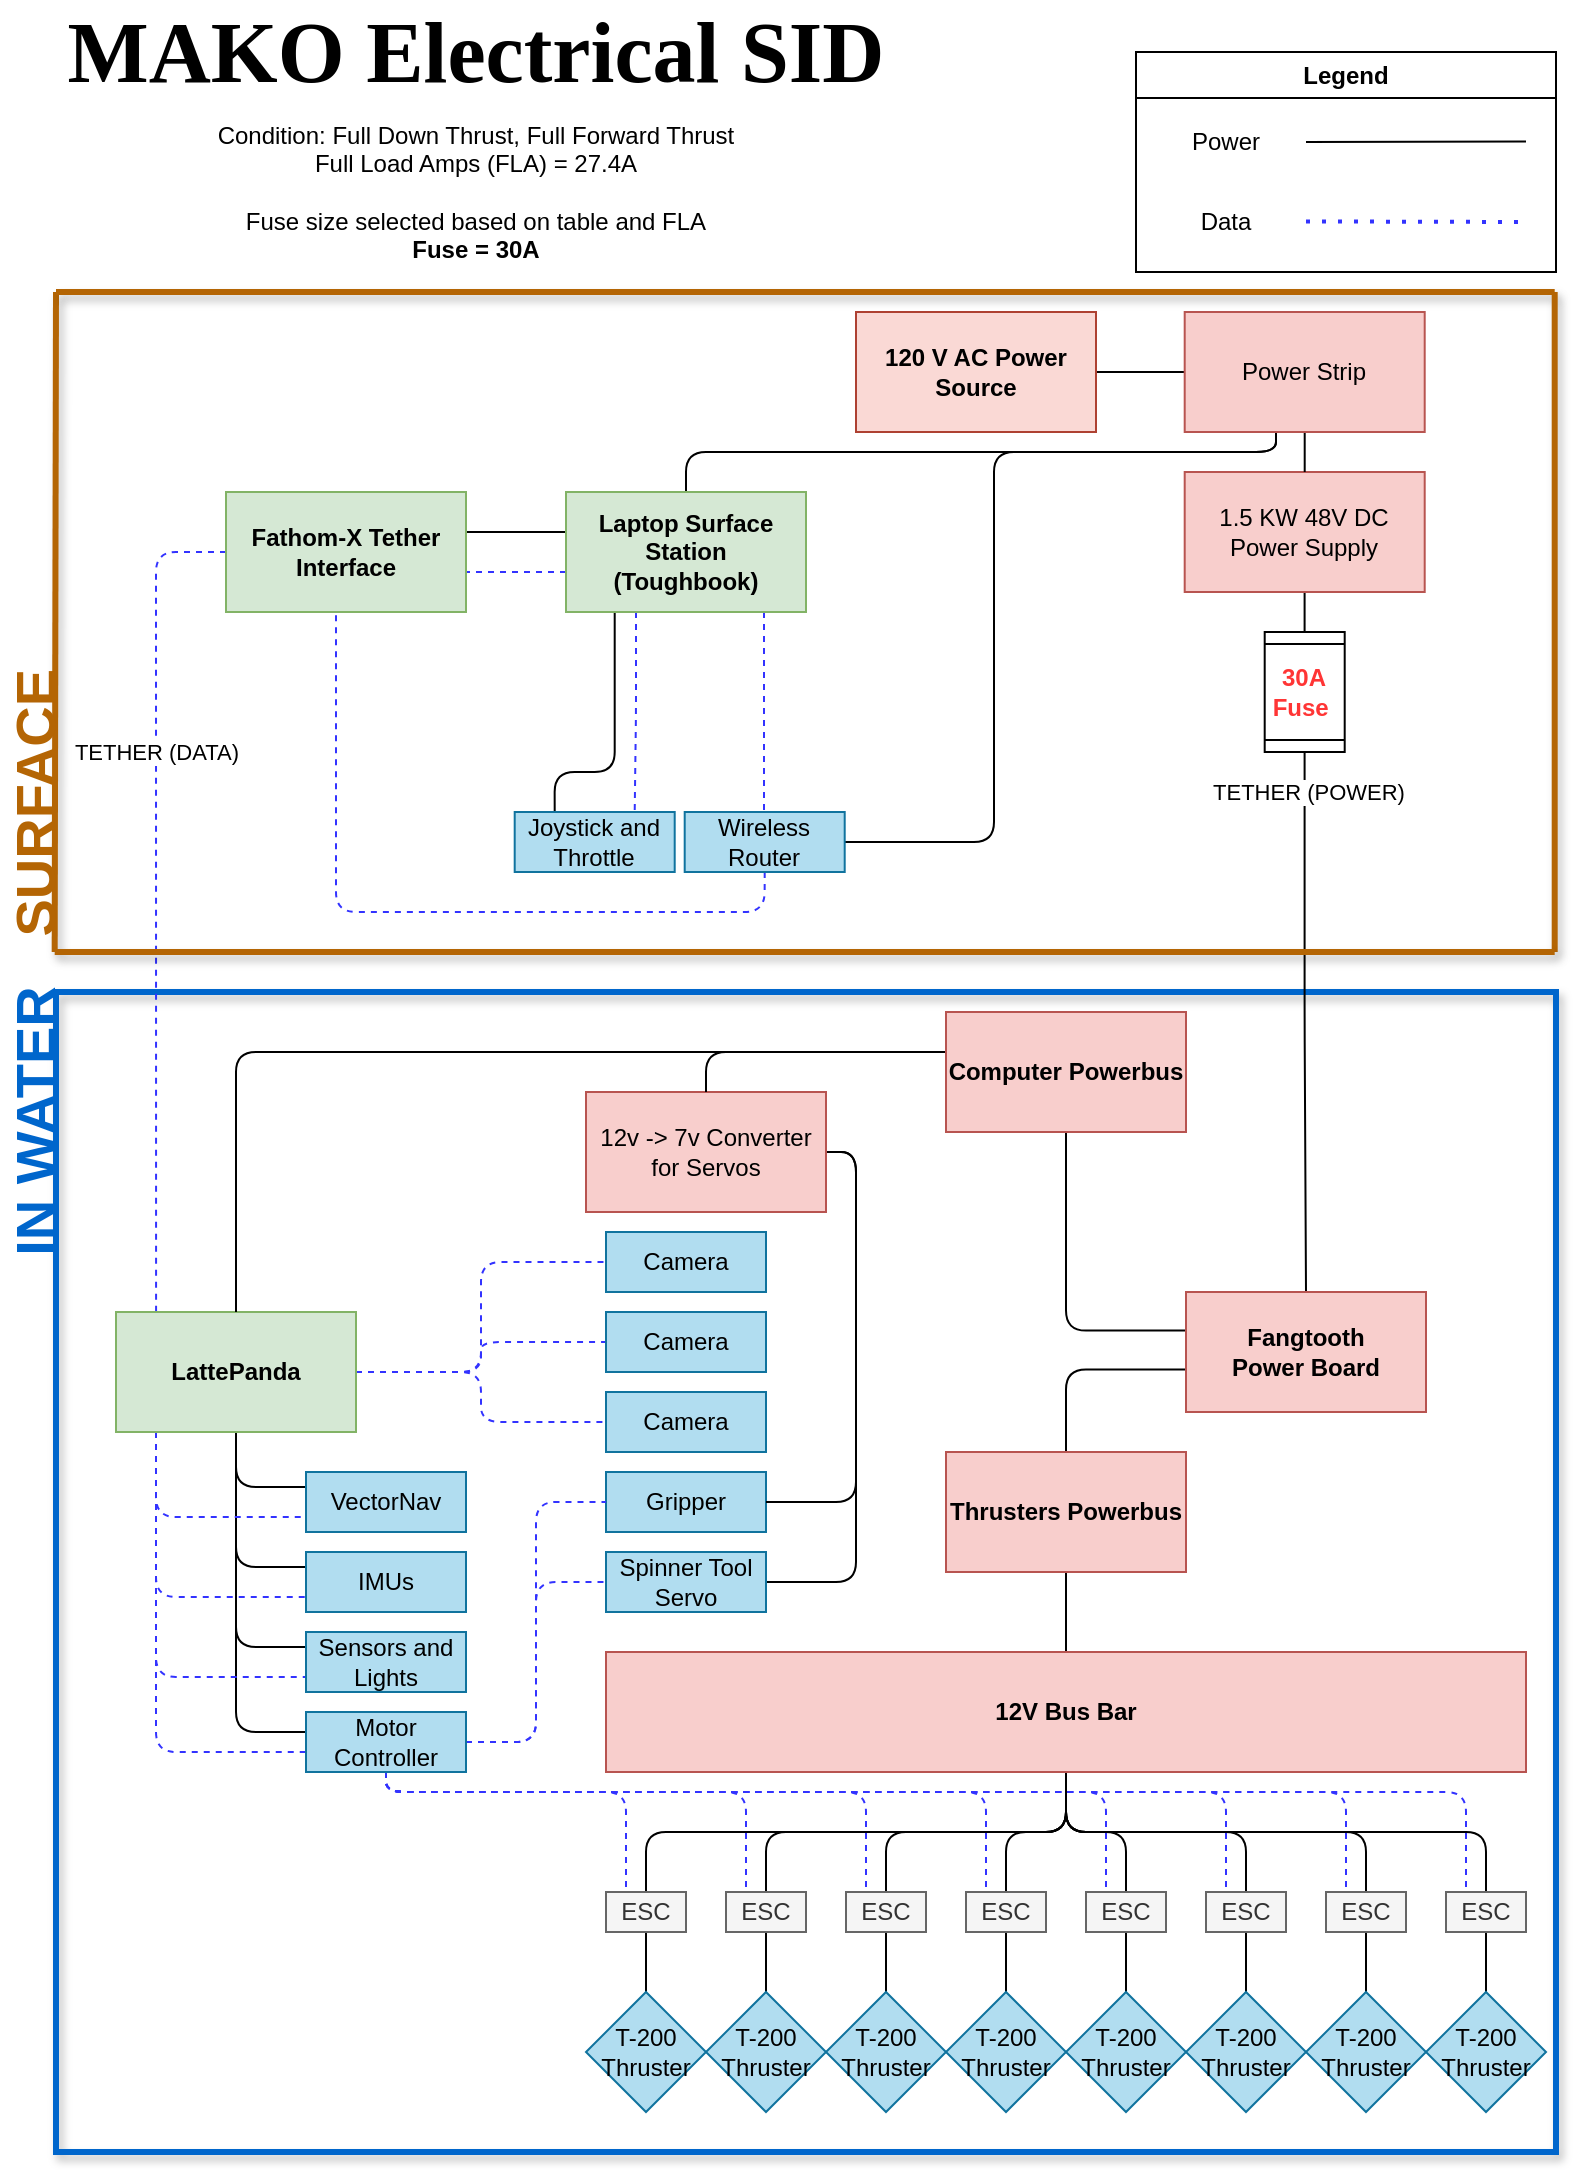
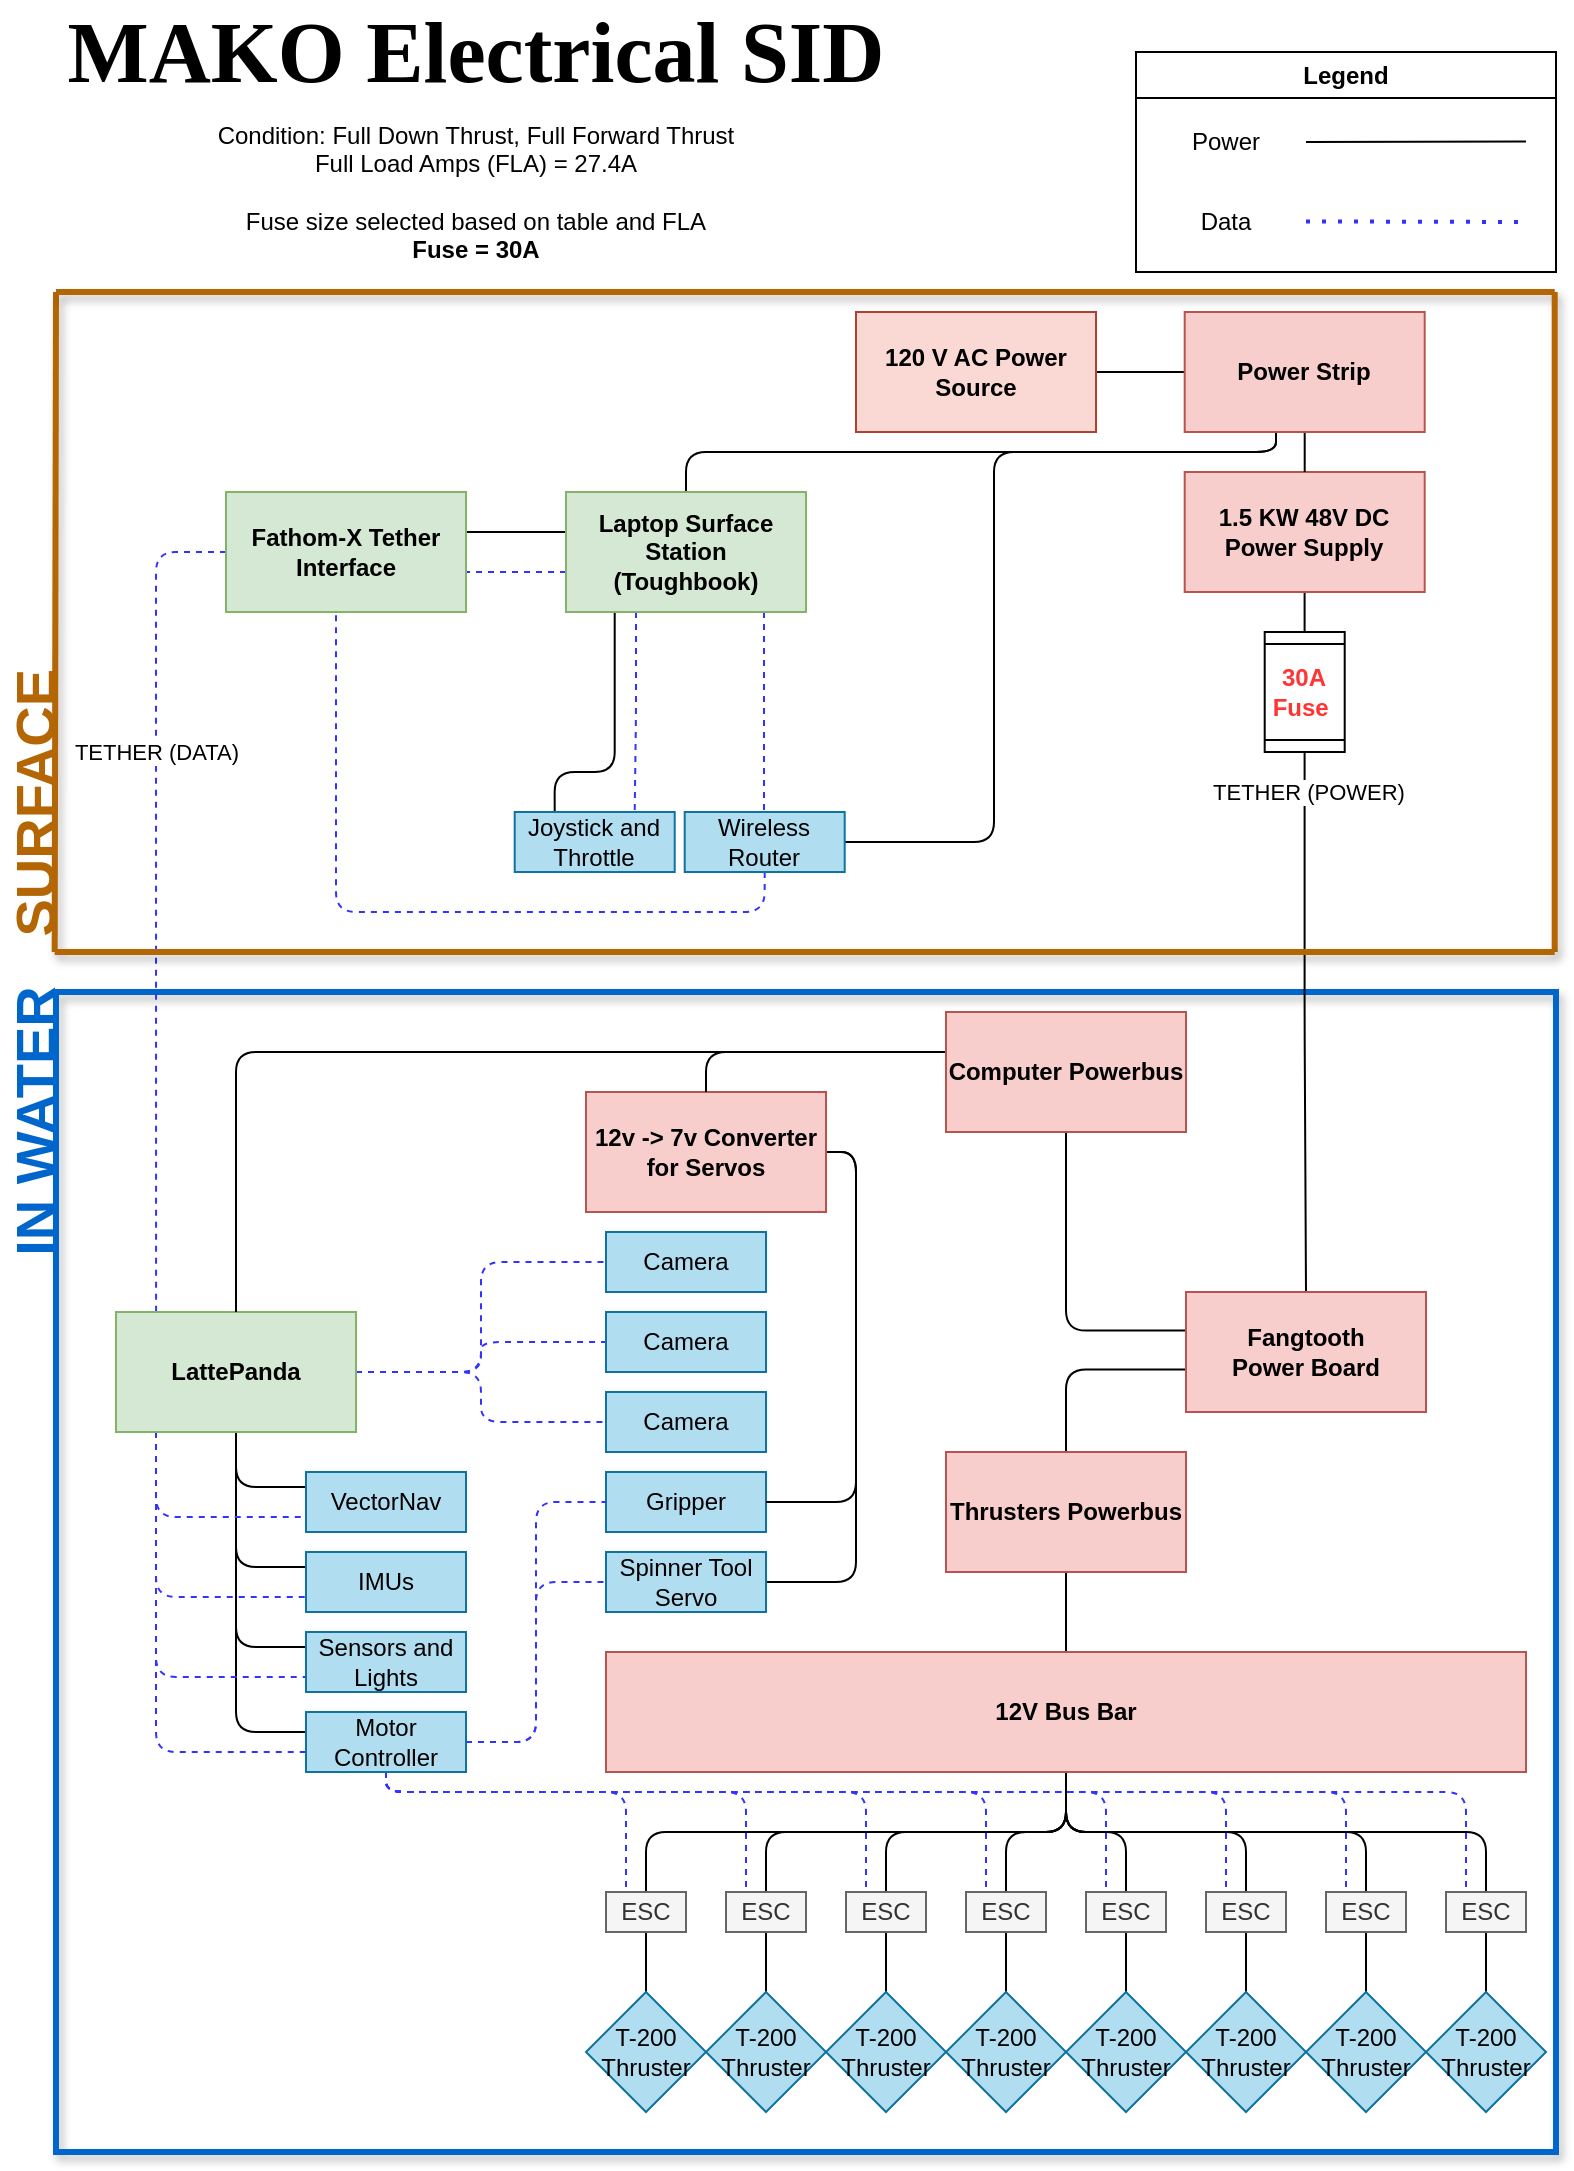
<mxfile host="app.diagrams.net" agent="Mozilla/5.0 (Windows NT 10.0; Win64; x64; rv:139.0) Gecko/20100101 Firefox/139.0">
  <diagram name="Page-1" id="doaNbLGYiiKzRFzNWdXi">
    <mxGraphModel dx="1204" dy="1192" grid="1" gridSize="10" guides="1" tooltips="1" connect="1" arrows="1" fold="1" page="1" pageScale="1" pageWidth="850" pageHeight="1100" math="0" shadow="0">
      <root>
        <mxCell id="0" />
        <mxCell id="1" parent="0" />
        <mxCell id="0vSBfI8_46AL9H7hPHAw-18" parent="1" style="rounded=0;whiteSpace=wrap;html=1;fillColor=none;strokeWidth=3;strokeColor=#0066CC;glass=0;shadow=1;" value="" vertex="1">
          <mxGeometry height="580" width="750" x="890" y="500" as="geometry" />
        </mxCell>
        <mxCell id="59XTsty1G1Yx93DkZX_j-1" parent="1" style="text;html=1;whiteSpace=wrap;strokeColor=none;fillColor=none;align=center;verticalAlign=middle;rounded=0;fontFamily=Times New Roman;fontStyle=1" value="&lt;font style=&quot;font-size: 43px;&quot;&gt;&lt;span&gt;MAKO Electrical SID&lt;/span&gt;&lt;/font&gt;" vertex="1">
          <mxGeometry height="40" width="420" x="890" y="10" as="geometry" />
        </mxCell>
        <mxCell id="59XTsty1G1Yx93DkZX_j-24" edge="1" parent="1" style="edgeStyle=orthogonalEdgeStyle;rounded=0;orthogonalLoop=1;jettySize=auto;html=1;exitX=0.5;exitY=1;exitDx=0;exitDy=0;">
          <mxGeometry relative="1" as="geometry">
            <mxPoint x="1435" y="910" as="sourcePoint" />
            <mxPoint x="1435" y="910" as="targetPoint" />
          </mxGeometry>
        </mxCell>
        <mxCell id="59XTsty1G1Yx93DkZX_j-45" parent="1" style="swimlane;whiteSpace=wrap;html=1;" value="Legend" vertex="1">
          <mxGeometry height="110" width="210" x="1430" y="30" as="geometry" />
        </mxCell>
        <mxCell id="59XTsty1G1Yx93DkZX_j-46" parent="59XTsty1G1Yx93DkZX_j-45" style="text;html=1;whiteSpace=wrap;strokeColor=none;fillColor=none;align=center;verticalAlign=middle;rounded=0;" value="Power" vertex="1">
          <mxGeometry height="30" width="60" x="15" y="30" as="geometry" />
        </mxCell>
        <mxCell id="59XTsty1G1Yx93DkZX_j-47" parent="59XTsty1G1Yx93DkZX_j-45" style="text;html=1;whiteSpace=wrap;strokeColor=none;fillColor=none;align=center;verticalAlign=middle;rounded=0;" value="Data" vertex="1">
          <mxGeometry height="30" width="60" x="15" y="70" as="geometry" />
        </mxCell>
        <mxCell id="59XTsty1G1Yx93DkZX_j-53" edge="1" parent="59XTsty1G1Yx93DkZX_j-45" style="endArrow=none;dashed=1;html=1;dashPattern=1 3;strokeWidth=2;strokeColor=#3333FF;" value="">
          <mxGeometry height="50" relative="1" width="50" as="geometry">
            <mxPoint x="85" y="84.72" as="sourcePoint" />
            <mxPoint x="195" y="85" as="targetPoint" />
          </mxGeometry>
        </mxCell>
        <mxCell id="59XTsty1G1Yx93DkZX_j-54" edge="1" parent="59XTsty1G1Yx93DkZX_j-45" style="endArrow=none;html=1;strokeColor=#000000;" value="">
          <mxGeometry height="50" relative="1" width="50" as="geometry">
            <mxPoint x="85" y="45.06" as="sourcePoint" />
            <mxPoint x="195" y="44.78" as="targetPoint" />
          </mxGeometry>
        </mxCell>
        <mxCell id="59XTsty1G1Yx93DkZX_j-216" edge="1" parent="1" source="59XTsty1G1Yx93DkZX_j-57" style="edgeStyle=orthogonalEdgeStyle;orthogonalLoop=1;jettySize=auto;html=1;endArrow=none;endFill=0;" target="59XTsty1G1Yx93DkZX_j-208" value="">
          <mxGeometry relative="1" as="geometry" />
        </mxCell>
        <mxCell id="59XTsty1G1Yx93DkZX_j-57" parent="1" style="rounded=0;whiteSpace=wrap;html=1;fillColor=#fad9d5;strokeColor=#ae4132;fontStyle=1" value="120 V AC Power Source" vertex="1">
          <mxGeometry height="60" width="120" x="1290" y="160" as="geometry" />
        </mxCell>
        <mxCell id="59XTsty1G1Yx93DkZX_j-71" edge="1" parent="1" source="59XTsty1G1Yx93DkZX_j-66" style="edgeStyle=orthogonalEdgeStyle;orthogonalLoop=1;jettySize=auto;html=1;endArrow=none;endFill=0;" target="59XTsty1G1Yx93DkZX_j-70" value="">
          <mxGeometry relative="1" as="geometry" />
        </mxCell>
-         <mxCell id="59XTsty1G1Yx93DkZX_j-66" parent="1" style="rounded=0;whiteSpace=wrap;html=1;fillColor=#f8cecc;strokeColor=#b85450;" value="&lt;div&gt;1.5 KW 48V DC Power Supply&lt;/div&gt;" vertex="1">
+         <mxCell id="59XTsty1G1Yx93DkZX_j-66" parent="1" style="rounded=0;whiteSpace=wrap;html=1;fillColor=#f8cecc;strokeColor=#b85450;fontStyle=1" value="&lt;div&gt;1.5 KW 48V DC Power Supply&lt;/div&gt;" vertex="1">
          <mxGeometry height="60" width="120" x="1454.35" y="240" as="geometry" />
        </mxCell>
        <mxCell id="59XTsty1G1Yx93DkZX_j-81" edge="1" parent="1" source="59XTsty1G1Yx93DkZX_j-70" style="edgeStyle=orthogonalEdgeStyle;orthogonalLoop=1;jettySize=auto;html=1;entryX=0.5;entryY=0;entryDx=0;entryDy=0;endArrow=none;endFill=0;" target="59XTsty1G1Yx93DkZX_j-101" value="">
          <mxGeometry relative="1" as="geometry">
            <mxPoint x="1515" y="470" as="targetPoint" />
          </mxGeometry>
        </mxCell>
        <mxCell id="59XTsty1G1Yx93DkZX_j-99" connectable="0" parent="59XTsty1G1Yx93DkZX_j-81" style="edgeLabel;html=1;align=center;verticalAlign=middle;resizable=0;points=[];" value="TETHER (POWER)" vertex="1">
          <mxGeometry relative="1" x="-0.062" y="-1" as="geometry">
            <mxPoint x="2" y="-107" as="offset" />
          </mxGeometry>
        </mxCell>
        <mxCell id="59XTsty1G1Yx93DkZX_j-70" parent="1" style="shape=process;whiteSpace=wrap;html=1;backgroundOutline=1;rounded=0;direction=south;" value="&lt;div&gt;&lt;b style=&quot;color: rgb(255, 53, 53);&quot;&gt;30A&lt;/b&gt;&lt;/div&gt;&lt;div&gt;&lt;b style=&quot;color: rgb(255, 53, 53);&quot;&gt;Fuse&amp;nbsp;&lt;/b&gt;&lt;/div&gt;" vertex="1">
          <mxGeometry height="60" width="40" x="1494.35" y="320" as="geometry" />
        </mxCell>
        <mxCell id="59XTsty1G1Yx93DkZX_j-83" parent="1" style="text;html=1;whiteSpace=wrap;strokeColor=none;fillColor=none;align=center;verticalAlign=middle;rounded=0;" value="&lt;div&gt;Condition: Full Down Thrust, Full Forward Thrust&lt;/div&gt;&lt;div&gt;Full Load Amps (FLA) = 27.4A&lt;/div&gt;&lt;div&gt;&lt;br&gt;&lt;/div&gt;&lt;div&gt;Fuse size selected based on table and FLA&lt;/div&gt;&lt;div&gt;&lt;b&gt;Fuse = 30A&lt;/b&gt;&lt;/div&gt;" vertex="1">
          <mxGeometry height="80" width="410" x="894.9999999999999" y="60" as="geometry" />
        </mxCell>
        <mxCell id="59XTsty1G1Yx93DkZX_j-205" edge="1" parent="1" source="59XTsty1G1Yx93DkZX_j-101" style="edgeStyle=orthogonalEdgeStyle;orthogonalLoop=1;jettySize=auto;html=1;entryX=0.5;entryY=1;entryDx=0;entryDy=0;exitX=-0.004;exitY=0.321;exitDx=0;exitDy=0;exitPerimeter=0;endArrow=none;endFill=0;" target="59XTsty1G1Yx93DkZX_j-180">
          <mxGeometry relative="1" as="geometry" />
        </mxCell>
        <mxCell id="59XTsty1G1Yx93DkZX_j-206" edge="1" parent="1" source="59XTsty1G1Yx93DkZX_j-101" style="edgeStyle=orthogonalEdgeStyle;orthogonalLoop=1;jettySize=auto;html=1;exitX=0.001;exitY=0.645;exitDx=0;exitDy=0;exitPerimeter=0;endArrow=none;endFill=0;" target="59XTsty1G1Yx93DkZX_j-102">
          <mxGeometry relative="1" as="geometry" />
        </mxCell>
        <mxCell id="59XTsty1G1Yx93DkZX_j-101" parent="1" style="rounded=0;whiteSpace=wrap;html=1;fillColor=#f8cecc;strokeColor=#b85450;fontStyle=1" value="&lt;div&gt;Fangtooth&lt;/div&gt;&lt;div&gt;Power Board&lt;/div&gt;" vertex="1">
          <mxGeometry height="60" width="120" x="1455" y="650" as="geometry" />
        </mxCell>
        <mxCell id="59XTsty1G1Yx93DkZX_j-113" edge="1" parent="1" source="59XTsty1G1Yx93DkZX_j-102" style="edgeStyle=orthogonalEdgeStyle;orthogonalLoop=1;jettySize=auto;html=1;entryX=0.5;entryY=0;entryDx=0;entryDy=0;endArrow=none;endFill=0;" target="59XTsty1G1Yx93DkZX_j-108">
          <mxGeometry relative="1" as="geometry" />
        </mxCell>
        <mxCell id="59XTsty1G1Yx93DkZX_j-102" parent="1" style="rounded=0;whiteSpace=wrap;html=1;fillColor=#f8cecc;strokeColor=#b85450;fontStyle=1" value="Thrusters Powerbus" vertex="1">
          <mxGeometry height="60" width="120" x="1335" y="730" as="geometry" />
        </mxCell>
        <mxCell id="59XTsty1G1Yx93DkZX_j-135" edge="1" parent="1" source="59XTsty1G1Yx93DkZX_j-108" style="edgeStyle=orthogonalEdgeStyle;orthogonalLoop=1;jettySize=auto;html=1;entryX=0.5;entryY=0;entryDx=0;entryDy=0;endArrow=none;endFill=0;" target="59XTsty1G1Yx93DkZX_j-116">
          <mxGeometry relative="1" as="geometry" />
        </mxCell>
        <mxCell id="59XTsty1G1Yx93DkZX_j-137" edge="1" parent="1" source="59XTsty1G1Yx93DkZX_j-108" style="edgeStyle=orthogonalEdgeStyle;orthogonalLoop=1;jettySize=auto;html=1;entryX=0.5;entryY=0;entryDx=0;entryDy=0;endArrow=none;endFill=0;" target="59XTsty1G1Yx93DkZX_j-120">
          <mxGeometry relative="1" as="geometry" />
        </mxCell>
        <mxCell id="59XTsty1G1Yx93DkZX_j-138" edge="1" parent="1" source="59XTsty1G1Yx93DkZX_j-108" style="edgeStyle=orthogonalEdgeStyle;orthogonalLoop=1;jettySize=auto;html=1;entryX=0.5;entryY=0;entryDx=0;entryDy=0;endArrow=none;endFill=0;" target="59XTsty1G1Yx93DkZX_j-117">
          <mxGeometry relative="1" as="geometry" />
        </mxCell>
        <mxCell id="59XTsty1G1Yx93DkZX_j-139" edge="1" parent="1" source="59XTsty1G1Yx93DkZX_j-108" style="edgeStyle=orthogonalEdgeStyle;orthogonalLoop=1;jettySize=auto;html=1;entryX=0.5;entryY=0;entryDx=0;entryDy=0;endArrow=none;endFill=0;" target="59XTsty1G1Yx93DkZX_j-118">
          <mxGeometry relative="1" as="geometry" />
        </mxCell>
        <mxCell id="59XTsty1G1Yx93DkZX_j-140" edge="1" parent="1" source="59XTsty1G1Yx93DkZX_j-108" style="edgeStyle=orthogonalEdgeStyle;orthogonalLoop=1;jettySize=auto;html=1;entryX=0.5;entryY=0;entryDx=0;entryDy=0;endArrow=none;endFill=0;" target="59XTsty1G1Yx93DkZX_j-121">
          <mxGeometry relative="1" as="geometry" />
        </mxCell>
        <mxCell id="59XTsty1G1Yx93DkZX_j-141" edge="1" parent="1" source="59XTsty1G1Yx93DkZX_j-108" style="edgeStyle=orthogonalEdgeStyle;orthogonalLoop=1;jettySize=auto;html=1;entryX=0.5;entryY=0;entryDx=0;entryDy=0;endArrow=none;endFill=0;" target="59XTsty1G1Yx93DkZX_j-122">
          <mxGeometry relative="1" as="geometry" />
        </mxCell>
        <mxCell id="59XTsty1G1Yx93DkZX_j-142" edge="1" parent="1" source="59XTsty1G1Yx93DkZX_j-108" style="edgeStyle=orthogonalEdgeStyle;orthogonalLoop=1;jettySize=auto;html=1;entryX=0.5;entryY=0;entryDx=0;entryDy=0;endArrow=none;endFill=0;" target="59XTsty1G1Yx93DkZX_j-123">
          <mxGeometry relative="1" as="geometry" />
        </mxCell>
        <mxCell id="59XTsty1G1Yx93DkZX_j-143" edge="1" parent="1" source="59XTsty1G1Yx93DkZX_j-108" style="edgeStyle=orthogonalEdgeStyle;orthogonalLoop=1;jettySize=auto;html=1;endArrow=none;endFill=0;" target="59XTsty1G1Yx93DkZX_j-124">
          <mxGeometry relative="1" as="geometry" />
        </mxCell>
        <mxCell id="59XTsty1G1Yx93DkZX_j-108" parent="1" style="rounded=0;whiteSpace=wrap;html=1;fillColor=#f8cecc;strokeColor=#b85450;fontStyle=0" value="&lt;b&gt;&lt;span&gt;12V Bus Bar&lt;/span&gt;&lt;/b&gt;" vertex="1">
          <mxGeometry height="60" width="460" x="1165" y="830" as="geometry" />
        </mxCell>
        <mxCell id="59XTsty1G1Yx93DkZX_j-158" edge="1" parent="1" source="59XTsty1G1Yx93DkZX_j-111" style="edgeStyle=orthogonalEdgeStyle;orthogonalLoop=1;jettySize=auto;html=1;entryX=0;entryY=0.5;entryDx=0;entryDy=0;dashed=1;strokeColor=#3333FF;endArrow=none;endFill=0;" target="59XTsty1G1Yx93DkZX_j-154">
          <mxGeometry relative="1" as="geometry" />
        </mxCell>
        <mxCell id="59XTsty1G1Yx93DkZX_j-159" edge="1" parent="1" source="59XTsty1G1Yx93DkZX_j-111" style="edgeStyle=orthogonalEdgeStyle;orthogonalLoop=1;jettySize=auto;html=1;entryX=0;entryY=0.5;entryDx=0;entryDy=0;dashed=1;strokeColor=#3333FF;endArrow=none;endFill=0;" target="59XTsty1G1Yx93DkZX_j-153">
          <mxGeometry relative="1" as="geometry" />
        </mxCell>
        <mxCell id="59XTsty1G1Yx93DkZX_j-232" edge="1" parent="1" source="59XTsty1G1Yx93DkZX_j-111" style="edgeStyle=orthogonalEdgeStyle;orthogonalLoop=1;jettySize=auto;html=1;entryX=0;entryY=0.25;entryDx=0;entryDy=0;endArrow=none;endFill=0;" target="59XTsty1G1Yx93DkZX_j-164">
          <mxGeometry relative="1" as="geometry">
            <Array as="points">
              <mxPoint x="980" y="748" />
            </Array>
          </mxGeometry>
        </mxCell>
        <mxCell id="59XTsty1G1Yx93DkZX_j-233" edge="1" parent="1" source="59XTsty1G1Yx93DkZX_j-111" style="edgeStyle=orthogonalEdgeStyle;orthogonalLoop=1;jettySize=auto;html=1;entryX=0;entryY=0.25;entryDx=0;entryDy=0;endArrow=none;endFill=0;" target="59XTsty1G1Yx93DkZX_j-163">
          <mxGeometry relative="1" as="geometry">
            <Array as="points">
              <mxPoint x="980" y="788" />
            </Array>
          </mxGeometry>
        </mxCell>
        <mxCell id="59XTsty1G1Yx93DkZX_j-234" edge="1" parent="1" source="59XTsty1G1Yx93DkZX_j-111" style="edgeStyle=orthogonalEdgeStyle;orthogonalLoop=1;jettySize=auto;html=1;entryX=0;entryY=0.25;entryDx=0;entryDy=0;endArrow=none;endFill=0;" target="59XTsty1G1Yx93DkZX_j-165">
          <mxGeometry relative="1" as="geometry">
            <Array as="points">
              <mxPoint x="980" y="828" />
            </Array>
          </mxGeometry>
        </mxCell>
        <mxCell id="59XTsty1G1Yx93DkZX_j-235" edge="1" parent="1" source="59XTsty1G1Yx93DkZX_j-111" style="edgeStyle=orthogonalEdgeStyle;orthogonalLoop=1;jettySize=auto;html=1;entryX=0.003;entryY=0.353;entryDx=0;entryDy=0;entryPerimeter=0;endArrow=none;endFill=0;" target="59XTsty1G1Yx93DkZX_j-231">
          <mxGeometry relative="1" as="geometry">
            <Array as="points">
              <mxPoint x="980" y="870" />
              <mxPoint x="1015" y="870" />
            </Array>
          </mxGeometry>
        </mxCell>
        <mxCell id="59XTsty1G1Yx93DkZX_j-236" edge="1" parent="1" source="59XTsty1G1Yx93DkZX_j-111" style="edgeStyle=orthogonalEdgeStyle;orthogonalLoop=1;jettySize=auto;html=1;entryX=-0.002;entryY=0.647;entryDx=0;entryDy=0;dashed=1;strokeColor=#3333FF;entryPerimeter=0;endArrow=none;endFill=0;" target="59XTsty1G1Yx93DkZX_j-231">
          <mxGeometry relative="1" as="geometry">
            <Array as="points">
              <mxPoint x="940" y="880" />
              <mxPoint x="1015" y="880" />
            </Array>
          </mxGeometry>
        </mxCell>
        <mxCell id="59XTsty1G1Yx93DkZX_j-237" edge="1" parent="1" source="59XTsty1G1Yx93DkZX_j-111" style="edgeStyle=orthogonalEdgeStyle;orthogonalLoop=1;jettySize=auto;html=1;entryX=0;entryY=0.75;entryDx=0;entryDy=0;dashed=1;strokeColor=#3333FF;endArrow=none;endFill=0;" target="59XTsty1G1Yx93DkZX_j-165">
          <mxGeometry relative="1" as="geometry">
            <Array as="points">
              <mxPoint x="940" y="843" />
            </Array>
          </mxGeometry>
        </mxCell>
        <mxCell id="59XTsty1G1Yx93DkZX_j-238" edge="1" parent="1" source="59XTsty1G1Yx93DkZX_j-111" style="edgeStyle=orthogonalEdgeStyle;orthogonalLoop=1;jettySize=auto;html=1;entryX=0;entryY=0.75;entryDx=0;entryDy=0;dashed=1;strokeColor=#3333FF;endArrow=none;endFill=0;" target="59XTsty1G1Yx93DkZX_j-163">
          <mxGeometry relative="1" as="geometry">
            <Array as="points">
              <mxPoint x="940" y="803" />
            </Array>
          </mxGeometry>
        </mxCell>
        <mxCell id="59XTsty1G1Yx93DkZX_j-239" edge="1" parent="1" source="59XTsty1G1Yx93DkZX_j-111" style="edgeStyle=orthogonalEdgeStyle;orthogonalLoop=1;jettySize=auto;html=1;entryX=0;entryY=0.75;entryDx=0;entryDy=0;dashed=1;strokeColor=#3333FF;endArrow=none;endFill=0;" target="59XTsty1G1Yx93DkZX_j-164">
          <mxGeometry relative="1" as="geometry">
            <Array as="points">
              <mxPoint x="940" y="763" />
            </Array>
          </mxGeometry>
        </mxCell>
        <mxCell id="0vSBfI8_46AL9H7hPHAw-38" edge="1" parent="1" source="59XTsty1G1Yx93DkZX_j-111" style="edgeStyle=orthogonalEdgeStyle;rounded=1;orthogonalLoop=1;jettySize=auto;html=1;entryX=0;entryY=0.5;entryDx=0;entryDy=0;curved=0;endArrow=none;endFill=0;dashed=1;strokeColor=#3333FF;" target="0vSBfI8_46AL9H7hPHAw-37">
          <mxGeometry relative="1" as="geometry" />
        </mxCell>
        <mxCell id="59XTsty1G1Yx93DkZX_j-111" parent="1" style="rounded=0;whiteSpace=wrap;html=1;fillColor=#d5e8d4;strokeColor=#82b366;" value="&lt;b&gt;LattePanda&lt;/b&gt;" vertex="1">
          <mxGeometry height="60" width="120" x="920" y="660" as="geometry" />
        </mxCell>
        <mxCell id="59XTsty1G1Yx93DkZX_j-145" edge="1" parent="1" source="59XTsty1G1Yx93DkZX_j-116" style="edgeStyle=orthogonalEdgeStyle;orthogonalLoop=1;jettySize=auto;html=1;entryX=0.5;entryY=0;entryDx=0;entryDy=0;endArrow=none;endFill=0;" target="59XTsty1G1Yx93DkZX_j-126">
          <mxGeometry relative="1" as="geometry" />
        </mxCell>
        <mxCell id="59XTsty1G1Yx93DkZX_j-116" parent="1" style="rounded=0;whiteSpace=wrap;html=1;fillColor=#f5f5f5;fontColor=#333333;strokeColor=#666666;" value="ESC" vertex="1">
          <mxGeometry height="20" width="40" x="1165" y="950" as="geometry" />
        </mxCell>
        <mxCell id="59XTsty1G1Yx93DkZX_j-147" edge="1" parent="1" source="59XTsty1G1Yx93DkZX_j-117" style="edgeStyle=orthogonalEdgeStyle;orthogonalLoop=1;jettySize=auto;html=1;entryX=0.5;entryY=0;entryDx=0;entryDy=0;endArrow=none;endFill=0;" target="59XTsty1G1Yx93DkZX_j-128">
          <mxGeometry relative="1" as="geometry" />
        </mxCell>
        <mxCell id="59XTsty1G1Yx93DkZX_j-117" parent="1" style="rounded=0;whiteSpace=wrap;html=1;fillColor=#f5f5f5;fontColor=#333333;strokeColor=#666666;" value="ESC" vertex="1">
          <mxGeometry height="20" width="40" x="1285" y="950" as="geometry" />
        </mxCell>
        <mxCell id="59XTsty1G1Yx93DkZX_j-148" edge="1" parent="1" source="59XTsty1G1Yx93DkZX_j-118" style="edgeStyle=orthogonalEdgeStyle;orthogonalLoop=1;jettySize=auto;html=1;entryX=0.5;entryY=0;entryDx=0;entryDy=0;endArrow=none;endFill=0;" target="59XTsty1G1Yx93DkZX_j-129">
          <mxGeometry relative="1" as="geometry" />
        </mxCell>
        <mxCell id="59XTsty1G1Yx93DkZX_j-118" parent="1" style="rounded=0;whiteSpace=wrap;html=1;fillColor=#f5f5f5;fontColor=#333333;strokeColor=#666666;" value="ESC" vertex="1">
          <mxGeometry height="20" width="40" x="1345" y="950" as="geometry" />
        </mxCell>
        <mxCell id="59XTsty1G1Yx93DkZX_j-146" edge="1" parent="1" source="59XTsty1G1Yx93DkZX_j-120" style="edgeStyle=orthogonalEdgeStyle;orthogonalLoop=1;jettySize=auto;html=1;entryX=0.5;entryY=0;entryDx=0;entryDy=0;endArrow=none;endFill=0;" target="59XTsty1G1Yx93DkZX_j-127">
          <mxGeometry relative="1" as="geometry" />
        </mxCell>
        <mxCell id="59XTsty1G1Yx93DkZX_j-120" parent="1" style="rounded=0;whiteSpace=wrap;html=1;fillColor=#f5f5f5;fontColor=#333333;strokeColor=#666666;" value="ESC" vertex="1">
          <mxGeometry height="20" width="40" x="1225" y="950" as="geometry" />
        </mxCell>
        <mxCell id="59XTsty1G1Yx93DkZX_j-149" edge="1" parent="1" source="59XTsty1G1Yx93DkZX_j-121" style="edgeStyle=orthogonalEdgeStyle;orthogonalLoop=1;jettySize=auto;html=1;entryX=0.5;entryY=0;entryDx=0;entryDy=0;endArrow=none;endFill=0;" target="59XTsty1G1Yx93DkZX_j-130">
          <mxGeometry relative="1" as="geometry" />
        </mxCell>
        <mxCell id="59XTsty1G1Yx93DkZX_j-121" parent="1" style="rounded=0;whiteSpace=wrap;html=1;fillColor=#f5f5f5;fontColor=#333333;strokeColor=#666666;" value="ESC" vertex="1">
          <mxGeometry height="20" width="40" x="1405" y="950" as="geometry" />
        </mxCell>
        <mxCell id="59XTsty1G1Yx93DkZX_j-150" edge="1" parent="1" source="59XTsty1G1Yx93DkZX_j-122" style="edgeStyle=orthogonalEdgeStyle;orthogonalLoop=1;jettySize=auto;html=1;entryX=0.5;entryY=0;entryDx=0;entryDy=0;endArrow=none;endFill=0;" target="59XTsty1G1Yx93DkZX_j-131">
          <mxGeometry relative="1" as="geometry" />
        </mxCell>
        <mxCell id="59XTsty1G1Yx93DkZX_j-122" parent="1" style="rounded=0;whiteSpace=wrap;html=1;fillColor=#f5f5f5;fontColor=#333333;strokeColor=#666666;" value="ESC" vertex="1">
          <mxGeometry height="20" width="40" x="1465" y="950" as="geometry" />
        </mxCell>
        <mxCell id="59XTsty1G1Yx93DkZX_j-151" edge="1" parent="1" source="59XTsty1G1Yx93DkZX_j-123" style="edgeStyle=orthogonalEdgeStyle;orthogonalLoop=1;jettySize=auto;html=1;entryX=0.5;entryY=0;entryDx=0;entryDy=0;endArrow=none;endFill=0;" target="59XTsty1G1Yx93DkZX_j-132">
          <mxGeometry relative="1" as="geometry" />
        </mxCell>
        <mxCell id="59XTsty1G1Yx93DkZX_j-123" parent="1" style="rounded=0;whiteSpace=wrap;html=1;fillColor=#f5f5f5;fontColor=#333333;strokeColor=#666666;" value="ESC" vertex="1">
          <mxGeometry height="20" width="40" x="1525" y="950" as="geometry" />
        </mxCell>
        <mxCell id="59XTsty1G1Yx93DkZX_j-152" edge="1" parent="1" source="59XTsty1G1Yx93DkZX_j-124" style="edgeStyle=orthogonalEdgeStyle;orthogonalLoop=1;jettySize=auto;html=1;entryX=0.5;entryY=0;entryDx=0;entryDy=0;endArrow=none;endFill=0;" target="59XTsty1G1Yx93DkZX_j-133">
          <mxGeometry relative="1" as="geometry" />
        </mxCell>
        <mxCell id="59XTsty1G1Yx93DkZX_j-124" parent="1" style="rounded=0;whiteSpace=wrap;html=1;fillColor=#f5f5f5;fontColor=#333333;strokeColor=#666666;" value="ESC" vertex="1">
          <mxGeometry height="20" width="40" x="1585" y="950" as="geometry" />
        </mxCell>
        <mxCell id="59XTsty1G1Yx93DkZX_j-126" parent="1" style="rhombus;whiteSpace=wrap;html=1;fillColor=#b1ddf0;strokeColor=#10739e;" value="T-200 Thruster" vertex="1">
          <mxGeometry height="60" width="60" x="1155" y="1000" as="geometry" />
        </mxCell>
        <mxCell id="59XTsty1G1Yx93DkZX_j-127" parent="1" style="rhombus;whiteSpace=wrap;html=1;fillColor=#b1ddf0;strokeColor=#10739e;" value="T-200 Thruster" vertex="1">
          <mxGeometry height="60" width="60" x="1215" y="1000" as="geometry" />
        </mxCell>
        <mxCell id="59XTsty1G1Yx93DkZX_j-128" parent="1" style="rhombus;whiteSpace=wrap;html=1;fillColor=#b1ddf0;strokeColor=#10739e;" value="T-200 Thruster" vertex="1">
          <mxGeometry height="60" width="60" x="1275" y="1000" as="geometry" />
        </mxCell>
        <mxCell id="59XTsty1G1Yx93DkZX_j-129" parent="1" style="rhombus;whiteSpace=wrap;html=1;fillColor=#b1ddf0;strokeColor=#10739e;" value="T-200 Thruster" vertex="1">
          <mxGeometry height="60" width="60" x="1335" y="1000" as="geometry" />
        </mxCell>
        <mxCell id="59XTsty1G1Yx93DkZX_j-130" parent="1" style="rhombus;whiteSpace=wrap;html=1;fillColor=#b1ddf0;strokeColor=#10739e;" value="T-200 Thruster" vertex="1">
          <mxGeometry height="60" width="60" x="1395" y="1000" as="geometry" />
        </mxCell>
        <mxCell id="59XTsty1G1Yx93DkZX_j-131" parent="1" style="rhombus;whiteSpace=wrap;html=1;fillColor=#b1ddf0;strokeColor=#10739e;" value="T-200 Thruster" vertex="1">
          <mxGeometry height="60" width="60" x="1455" y="1000" as="geometry" />
        </mxCell>
        <mxCell id="59XTsty1G1Yx93DkZX_j-132" parent="1" style="rhombus;whiteSpace=wrap;html=1;fillColor=#b1ddf0;strokeColor=#10739e;" value="T-200 Thruster" vertex="1">
          <mxGeometry height="60" width="60" x="1515" y="1000" as="geometry" />
        </mxCell>
        <mxCell id="59XTsty1G1Yx93DkZX_j-133" parent="1" style="rhombus;whiteSpace=wrap;html=1;fillColor=#b1ddf0;strokeColor=#10739e;" value="T-200 Thruster" vertex="1">
          <mxGeometry height="60" width="60" x="1575" y="1000" as="geometry" />
        </mxCell>
        <mxCell id="59XTsty1G1Yx93DkZX_j-153" parent="1" style="rounded=0;whiteSpace=wrap;html=1;fillColor=#b1ddf0;strokeColor=#10739e;" value="Camera" vertex="1">
          <mxGeometry height="30" width="80" x="1165" y="660" as="geometry" />
        </mxCell>
        <mxCell id="59XTsty1G1Yx93DkZX_j-154" parent="1" style="rounded=0;whiteSpace=wrap;html=1;fillColor=#b1ddf0;strokeColor=#10739e;" value="Camera" vertex="1">
          <mxGeometry height="30" width="80" x="1165" y="700" as="geometry" />
        </mxCell>
        <mxCell id="59XTsty1G1Yx93DkZX_j-155" parent="1" style="rounded=0;whiteSpace=wrap;html=1;fillColor=#b1ddf0;strokeColor=#10739e;" value="Gripper" vertex="1">
          <mxGeometry height="30" width="80" x="1165" y="740" as="geometry" />
        </mxCell>
        <mxCell id="59XTsty1G1Yx93DkZX_j-163" parent="1" style="rounded=0;whiteSpace=wrap;html=1;fillColor=#b1ddf0;strokeColor=#10739e;" value="IMUs" vertex="1">
          <mxGeometry height="30" width="80" x="1015" y="780" as="geometry" />
        </mxCell>
        <mxCell id="59XTsty1G1Yx93DkZX_j-164" parent="1" style="rounded=0;whiteSpace=wrap;html=1;fillColor=#b1ddf0;strokeColor=#10739e;" value="VectorNav" vertex="1">
          <mxGeometry height="30" width="80" x="1015" y="740" as="geometry" />
        </mxCell>
        <mxCell id="59XTsty1G1Yx93DkZX_j-165" parent="1" style="rounded=0;whiteSpace=wrap;html=1;fillColor=#b1ddf0;strokeColor=#10739e;" value="Sensors and Lights" vertex="1">
          <mxGeometry height="30" width="80" x="1015" y="820" as="geometry" />
        </mxCell>
        <mxCell id="59XTsty1G1Yx93DkZX_j-185" edge="1" parent="1" source="59XTsty1G1Yx93DkZX_j-179" style="edgeStyle=orthogonalEdgeStyle;orthogonalLoop=1;jettySize=auto;html=1;entryX=1;entryY=0.5;entryDx=0;entryDy=0;endArrow=none;endFill=0;" target="59XTsty1G1Yx93DkZX_j-155">
          <mxGeometry relative="1" as="geometry">
            <Array as="points">
              <mxPoint x="1290" y="580" />
              <mxPoint x="1290" y="755" />
            </Array>
          </mxGeometry>
        </mxCell>
        <mxCell id="0vSBfI8_46AL9H7hPHAw-5" edge="1" parent="1" source="59XTsty1G1Yx93DkZX_j-179" style="edgeStyle=orthogonalEdgeStyle;rounded=1;orthogonalLoop=1;jettySize=auto;html=1;entryX=1;entryY=0.5;entryDx=0;entryDy=0;curved=0;endArrow=none;endFill=0;" target="0vSBfI8_46AL9H7hPHAw-3">
          <mxGeometry relative="1" as="geometry">
            <Array as="points">
              <mxPoint x="1290" y="580" />
              <mxPoint x="1290" y="795" />
            </Array>
          </mxGeometry>
        </mxCell>
-         <mxCell id="59XTsty1G1Yx93DkZX_j-179" parent="1" style="rounded=0;whiteSpace=wrap;html=1;fillColor=#f8cecc;strokeColor=#b85450;" value="12v -&amp;gt; 7v Converter for Servos" vertex="1">
+         <mxCell id="59XTsty1G1Yx93DkZX_j-179" parent="1" style="rounded=0;whiteSpace=wrap;html=1;fillColor=#f8cecc;strokeColor=#b85450;fontStyle=1" value="12v -&amp;gt; 7v Converter for Servos" vertex="1">
          <mxGeometry height="60" width="120" x="1155" y="550" as="geometry" />
        </mxCell>
        <mxCell id="59XTsty1G1Yx93DkZX_j-183" edge="1" parent="1" source="59XTsty1G1Yx93DkZX_j-180" style="edgeStyle=orthogonalEdgeStyle;orthogonalLoop=1;jettySize=auto;html=1;endArrow=none;endFill=0;" target="59XTsty1G1Yx93DkZX_j-111">
          <mxGeometry relative="1" as="geometry">
            <Array as="points">
              <mxPoint x="980" y="530" />
            </Array>
          </mxGeometry>
        </mxCell>
        <mxCell id="59XTsty1G1Yx93DkZX_j-184" edge="1" parent="1" source="59XTsty1G1Yx93DkZX_j-180" style="edgeStyle=orthogonalEdgeStyle;orthogonalLoop=1;jettySize=auto;html=1;entryX=0.5;entryY=0;entryDx=0;entryDy=0;endArrow=none;endFill=0;" target="59XTsty1G1Yx93DkZX_j-179">
          <mxGeometry relative="1" as="geometry">
            <Array as="points">
              <mxPoint x="1215" y="530" />
            </Array>
          </mxGeometry>
        </mxCell>
        <mxCell id="59XTsty1G1Yx93DkZX_j-180" parent="1" style="rounded=0;whiteSpace=wrap;html=1;fillColor=#f8cecc;strokeColor=#b85450;fontStyle=1" value="Computer Powerbus" vertex="1">
          <mxGeometry height="60" width="120" x="1335" y="510" as="geometry" />
        </mxCell>
        <mxCell id="59XTsty1G1Yx93DkZX_j-218" edge="1" parent="1" source="59XTsty1G1Yx93DkZX_j-208" style="edgeStyle=orthogonalEdgeStyle;orthogonalLoop=1;jettySize=auto;html=1;endArrow=none;endFill=0;" target="59XTsty1G1Yx93DkZX_j-66">
          <mxGeometry relative="1" as="geometry">
            <Array as="points">
              <mxPoint x="1520" y="250" />
              <mxPoint x="1520" y="250" />
            </Array>
          </mxGeometry>
        </mxCell>
        <mxCell id="59XTsty1G1Yx93DkZX_j-224" edge="1" parent="1" source="59XTsty1G1Yx93DkZX_j-208" style="edgeStyle=orthogonalEdgeStyle;orthogonalLoop=1;jettySize=auto;html=1;entryX=1;entryY=0.5;entryDx=0;entryDy=0;endArrow=none;endFill=0;" target="59XTsty1G1Yx93DkZX_j-221">
          <mxGeometry relative="1" as="geometry">
            <Array as="points">
              <mxPoint x="1500" y="230" />
              <mxPoint x="1359" y="230" />
              <mxPoint x="1359" y="425" />
            </Array>
          </mxGeometry>
        </mxCell>
        <mxCell id="37D4bjrBw4_Emu08I7YZ-1" edge="1" parent="1" source="59XTsty1G1Yx93DkZX_j-208" style="edgeStyle=orthogonalEdgeStyle;rounded=1;orthogonalLoop=1;jettySize=auto;html=1;endArrow=none;endFill=0;curved=0;" target="59XTsty1G1Yx93DkZX_j-214">
          <mxGeometry relative="1" as="geometry">
            <Array as="points">
              <mxPoint x="1500" y="230" />
              <mxPoint x="1205" y="230" />
            </Array>
          </mxGeometry>
        </mxCell>
-         <mxCell id="59XTsty1G1Yx93DkZX_j-208" parent="1" style="rounded=0;whiteSpace=wrap;html=1;fillColor=#f8cecc;strokeColor=#b85450;" value="Power Strip" vertex="1">
+         <mxCell id="59XTsty1G1Yx93DkZX_j-208" parent="1" style="rounded=0;whiteSpace=wrap;html=1;fillColor=#f8cecc;strokeColor=#b85450;fontStyle=1" value="Power Strip" vertex="1">
          <mxGeometry height="60" width="120" x="1454.35" y="160" as="geometry" />
        </mxCell>
        <mxCell id="59XTsty1G1Yx93DkZX_j-226" edge="1" parent="1" source="59XTsty1G1Yx93DkZX_j-214" style="edgeStyle=orthogonalEdgeStyle;orthogonalLoop=1;jettySize=auto;html=1;dashed=1;strokeColor=#3333FF;entryX=0.75;entryY=0;entryDx=0;entryDy=0;endArrow=none;endFill=0;" target="59XTsty1G1Yx93DkZX_j-222" value="">
          <mxGeometry relative="1" as="geometry">
            <Array as="points">
              <mxPoint x="1180" y="360" />
              <mxPoint x="1179" y="360" />
            </Array>
          </mxGeometry>
        </mxCell>
        <mxCell id="59XTsty1G1Yx93DkZX_j-227" edge="1" parent="1" source="59XTsty1G1Yx93DkZX_j-214" style="edgeStyle=orthogonalEdgeStyle;orthogonalLoop=1;jettySize=auto;html=1;dashed=1;strokeColor=#3333FF;endArrow=none;endFill=0;" target="59XTsty1G1Yx93DkZX_j-221">
          <mxGeometry relative="1" as="geometry">
            <Array as="points">
              <mxPoint x="1244" y="350" />
              <mxPoint x="1244" y="350" />
            </Array>
          </mxGeometry>
        </mxCell>
        <mxCell id="0vSBfI8_46AL9H7hPHAw-9" edge="1" parent="1" source="59XTsty1G1Yx93DkZX_j-214" style="edgeStyle=orthogonalEdgeStyle;rounded=0;orthogonalLoop=1;jettySize=auto;html=1;endArrow=none;endFill=0;" target="0vSBfI8_46AL9H7hPHAw-7" value="">
          <mxGeometry relative="1" as="geometry">
            <Array as="points">
              <mxPoint x="1120" y="270" />
              <mxPoint x="1120" y="270" />
            </Array>
          </mxGeometry>
        </mxCell>
        <mxCell id="0vSBfI8_46AL9H7hPHAw-13" edge="1" parent="1" source="59XTsty1G1Yx93DkZX_j-214" style="edgeStyle=orthogonalEdgeStyle;rounded=1;orthogonalLoop=1;jettySize=auto;html=1;entryX=0.25;entryY=0;entryDx=0;entryDy=0;curved=0;endArrow=none;endFill=0;" target="59XTsty1G1Yx93DkZX_j-222">
          <mxGeometry relative="1" as="geometry">
            <Array as="points">
              <mxPoint x="1169.35" y="390" />
              <mxPoint x="1139.35" y="390" />
            </Array>
          </mxGeometry>
        </mxCell>
        <mxCell id="0vSBfI8_46AL9H7hPHAw-36" edge="1" parent="1" source="59XTsty1G1Yx93DkZX_j-214" style="edgeStyle=orthogonalEdgeStyle;rounded=0;orthogonalLoop=1;jettySize=auto;html=1;dashed=1;strokeColor=#3333FF;endArrow=none;endFill=0;" target="0vSBfI8_46AL9H7hPHAw-7" value="">
          <mxGeometry relative="1" as="geometry">
            <Array as="points">
              <mxPoint x="1120" y="290" />
              <mxPoint x="1120" y="290" />
            </Array>
          </mxGeometry>
        </mxCell>
        <mxCell id="59XTsty1G1Yx93DkZX_j-214" parent="1" style="rounded=0;whiteSpace=wrap;html=1;fillColor=#d5e8d4;strokeColor=#82b366;fontStyle=1" value="&lt;div&gt;Laptop Surface Station&lt;/div&gt;&lt;div&gt;(Toughbook)&lt;/div&gt;" vertex="1">
          <mxGeometry height="60" width="120" x="1145" y="250" as="geometry" />
        </mxCell>
        <mxCell id="0vSBfI8_46AL9H7hPHAw-10" edge="1" parent="1" source="59XTsty1G1Yx93DkZX_j-221" style="edgeStyle=orthogonalEdgeStyle;rounded=1;orthogonalLoop=1;jettySize=auto;html=1;strokeColor=#3333FF;curved=0;dashed=1;exitX=0.5;exitY=1;exitDx=0;exitDy=0;endArrow=none;endFill=0;" target="0vSBfI8_46AL9H7hPHAw-7">
          <mxGeometry relative="1" as="geometry">
            <Array as="points">
              <mxPoint x="1244" y="460" />
              <mxPoint x="1030" y="460" />
            </Array>
          </mxGeometry>
        </mxCell>
        <mxCell id="59XTsty1G1Yx93DkZX_j-221" parent="1" style="rounded=0;whiteSpace=wrap;html=1;fillColor=#b1ddf0;strokeColor=#10739e;" value="Wireless Router" vertex="1">
          <mxGeometry height="30" width="80" x="1204.35" y="410" as="geometry" />
        </mxCell>
        <mxCell id="59XTsty1G1Yx93DkZX_j-222" parent="1" style="rounded=0;whiteSpace=wrap;html=1;fillColor=#b1ddf0;strokeColor=#10739e;" value="Joystick and Throttle" vertex="1">
          <mxGeometry height="30" width="80" x="1119.35" y="410" as="geometry" />
        </mxCell>
        <mxCell id="59XTsty1G1Yx93DkZX_j-242" edge="1" parent="1" source="59XTsty1G1Yx93DkZX_j-231" style="edgeStyle=orthogonalEdgeStyle;orthogonalLoop=1;jettySize=auto;html=1;entryX=0.25;entryY=0;entryDx=0;entryDy=0;dashed=1;strokeColor=#3333FF;endArrow=none;endFill=0;" target="59XTsty1G1Yx93DkZX_j-123">
          <mxGeometry relative="1" as="geometry">
            <Array as="points">
              <mxPoint x="1055" y="900" />
              <mxPoint x="1535" y="900" />
            </Array>
          </mxGeometry>
        </mxCell>
        <mxCell id="59XTsty1G1Yx93DkZX_j-243" edge="1" parent="1" source="59XTsty1G1Yx93DkZX_j-231" style="edgeStyle=orthogonalEdgeStyle;orthogonalLoop=1;jettySize=auto;html=1;entryX=0.25;entryY=0;entryDx=0;entryDy=0;dashed=1;strokeColor=#3333FF;endArrow=none;endFill=0;" target="59XTsty1G1Yx93DkZX_j-124">
          <mxGeometry relative="1" as="geometry">
            <Array as="points">
              <mxPoint x="1055" y="900" />
              <mxPoint x="1595" y="900" />
            </Array>
          </mxGeometry>
        </mxCell>
        <mxCell id="59XTsty1G1Yx93DkZX_j-244" edge="1" parent="1" source="59XTsty1G1Yx93DkZX_j-231" style="edgeStyle=orthogonalEdgeStyle;orthogonalLoop=1;jettySize=auto;html=1;entryX=0.25;entryY=0;entryDx=0;entryDy=0;dashed=1;strokeColor=#3333FF;endArrow=none;endFill=0;" target="59XTsty1G1Yx93DkZX_j-122">
          <mxGeometry relative="1" as="geometry">
            <Array as="points">
              <mxPoint x="1055" y="900" />
              <mxPoint x="1475" y="900" />
            </Array>
          </mxGeometry>
        </mxCell>
        <mxCell id="59XTsty1G1Yx93DkZX_j-245" edge="1" parent="1" source="59XTsty1G1Yx93DkZX_j-231" style="edgeStyle=orthogonalEdgeStyle;orthogonalLoop=1;jettySize=auto;html=1;entryX=0.25;entryY=0;entryDx=0;entryDy=0;dashed=1;strokeColor=#3333FF;endArrow=none;endFill=0;" target="59XTsty1G1Yx93DkZX_j-121">
          <mxGeometry relative="1" as="geometry">
            <Array as="points">
              <mxPoint x="1055" y="900" />
              <mxPoint x="1415" y="900" />
            </Array>
          </mxGeometry>
        </mxCell>
        <mxCell id="59XTsty1G1Yx93DkZX_j-246" edge="1" parent="1" source="59XTsty1G1Yx93DkZX_j-231" style="edgeStyle=orthogonalEdgeStyle;orthogonalLoop=1;jettySize=auto;html=1;entryX=0.25;entryY=0;entryDx=0;entryDy=0;dashed=1;strokeColor=#3333FF;endArrow=none;endFill=0;" target="59XTsty1G1Yx93DkZX_j-118">
          <mxGeometry relative="1" as="geometry">
            <Array as="points">
              <mxPoint x="1055" y="900" />
              <mxPoint x="1355" y="900" />
            </Array>
          </mxGeometry>
        </mxCell>
        <mxCell id="59XTsty1G1Yx93DkZX_j-247" edge="1" parent="1" source="59XTsty1G1Yx93DkZX_j-231" style="edgeStyle=orthogonalEdgeStyle;orthogonalLoop=1;jettySize=auto;html=1;entryX=0.25;entryY=0;entryDx=0;entryDy=0;dashed=1;strokeColor=#3333FF;endArrow=none;endFill=0;" target="59XTsty1G1Yx93DkZX_j-117">
          <mxGeometry relative="1" as="geometry">
            <Array as="points">
              <mxPoint x="1055" y="900" />
              <mxPoint x="1295" y="900" />
            </Array>
          </mxGeometry>
        </mxCell>
        <mxCell id="59XTsty1G1Yx93DkZX_j-248" edge="1" parent="1" source="59XTsty1G1Yx93DkZX_j-231" style="edgeStyle=orthogonalEdgeStyle;orthogonalLoop=1;jettySize=auto;html=1;entryX=0.25;entryY=0;entryDx=0;entryDy=0;dashed=1;strokeColor=#3333FF;endArrow=none;endFill=0;" target="59XTsty1G1Yx93DkZX_j-120">
          <mxGeometry relative="1" as="geometry">
            <Array as="points">
              <mxPoint x="1055" y="900" />
              <mxPoint x="1235" y="900" />
            </Array>
          </mxGeometry>
        </mxCell>
        <mxCell id="59XTsty1G1Yx93DkZX_j-249" edge="1" parent="1" source="59XTsty1G1Yx93DkZX_j-231" style="edgeStyle=orthogonalEdgeStyle;orthogonalLoop=1;jettySize=auto;html=1;entryX=0.25;entryY=0;entryDx=0;entryDy=0;dashed=1;strokeColor=#3333FF;endArrow=none;endFill=0;" target="59XTsty1G1Yx93DkZX_j-116">
          <mxGeometry relative="1" as="geometry">
            <Array as="points">
              <mxPoint x="1055" y="900" />
              <mxPoint x="1175" y="900" />
            </Array>
          </mxGeometry>
        </mxCell>
        <mxCell id="0vSBfI8_46AL9H7hPHAw-2" edge="1" parent="1" source="59XTsty1G1Yx93DkZX_j-231" style="edgeStyle=orthogonalEdgeStyle;rounded=1;orthogonalLoop=1;jettySize=auto;html=1;entryX=0;entryY=0.5;entryDx=0;entryDy=0;dashed=1;strokeColor=#3333FF;curved=0;endArrow=none;endFill=0;" target="59XTsty1G1Yx93DkZX_j-155">
          <mxGeometry relative="1" as="geometry" />
        </mxCell>
        <mxCell id="0vSBfI8_46AL9H7hPHAw-6" edge="1" parent="1" source="59XTsty1G1Yx93DkZX_j-231" style="edgeStyle=orthogonalEdgeStyle;rounded=1;orthogonalLoop=1;jettySize=auto;html=1;entryX=0;entryY=0.5;entryDx=0;entryDy=0;curved=0;dashed=1;strokeColor=#3333FF;endArrow=none;endFill=0;" target="0vSBfI8_46AL9H7hPHAw-3">
          <mxGeometry relative="1" as="geometry" />
        </mxCell>
        <mxCell id="59XTsty1G1Yx93DkZX_j-231" parent="1" style="rounded=0;whiteSpace=wrap;html=1;fillColor=#b1ddf0;strokeColor=#10739e;" value="Motor Controller" vertex="1">
          <mxGeometry height="30" width="80" x="1015" y="860" as="geometry" />
        </mxCell>
        <mxCell id="0vSBfI8_46AL9H7hPHAw-3" parent="1" style="rounded=0;whiteSpace=wrap;html=1;fillColor=#b1ddf0;strokeColor=#10739e;" value="Spinner Tool Servo" vertex="1">
          <mxGeometry height="30" width="80" x="1165" y="780" as="geometry" />
        </mxCell>
        <mxCell id="0vSBfI8_46AL9H7hPHAw-30" edge="1" parent="1" source="0vSBfI8_46AL9H7hPHAw-7" style="edgeStyle=orthogonalEdgeStyle;rounded=1;orthogonalLoop=1;jettySize=auto;html=1;entryX=0.167;entryY=-0.009;entryDx=0;entryDy=0;dashed=1;strokeColor=#3333FF;curved=0;entryPerimeter=0;endArrow=none;endFill=0;" target="59XTsty1G1Yx93DkZX_j-111">
          <mxGeometry relative="1" as="geometry">
            <Array as="points">
              <mxPoint x="940" y="280" />
            </Array>
          </mxGeometry>
        </mxCell>
        <mxCell id="0vSBfI8_46AL9H7hPHAw-40" connectable="0" parent="0vSBfI8_46AL9H7hPHAw-30" style="edgeLabel;html=1;align=center;verticalAlign=middle;resizable=0;points=[];" value="TETHER (DATA)" vertex="1">
          <mxGeometry relative="1" x="-0.3495" as="geometry">
            <mxPoint as="offset" />
          </mxGeometry>
        </mxCell>
        <mxCell id="0vSBfI8_46AL9H7hPHAw-7" parent="1" style="rounded=0;whiteSpace=wrap;html=1;fontStyle=1;fillColor=#d5e8d4;strokeColor=#82b366;" value="Fathom-X Tether Interface" vertex="1">
          <mxGeometry height="60" width="120" x="975" y="250" as="geometry" />
        </mxCell>
        <mxCell id="0vSBfI8_46AL9H7hPHAw-19" parent="1" style="text;html=1;whiteSpace=wrap;strokeColor=none;fillColor=none;align=center;verticalAlign=middle;rounded=0;rotation=270;" value="&lt;font face=&quot;Helvetica&quot; style=&quot;font-size: 28px;&quot;&gt;&lt;b&gt;&lt;span style=&quot;color: rgb(0, 102, 204);&quot;&gt;IN WATER&lt;/span&gt;&lt;/b&gt;&lt;/font&gt;" vertex="1">
          <mxGeometry height="30" width="140.65" x="809.03" y="549.67" as="geometry" />
        </mxCell>
        <mxCell id="0vSBfI8_46AL9H7hPHAw-21" edge="1" parent="1" style="endArrow=none;html=1;rounded=0;strokeWidth=3;fillColor=#fad7ac;strokeColor=#b46504;shadow=1;" value="">
          <mxGeometry height="50" relative="1" width="50" as="geometry">
            <mxPoint x="889.35" y="480" as="sourcePoint" />
            <mxPoint x="890" y="150" as="targetPoint" />
          </mxGeometry>
        </mxCell>
        <mxCell id="0vSBfI8_46AL9H7hPHAw-24" edge="1" parent="1" style="endArrow=none;html=1;rounded=0;strokeWidth=3;fillColor=#fad7ac;strokeColor=#b46504;shadow=1;" value="">
          <mxGeometry height="50" relative="1" width="50" as="geometry">
            <mxPoint x="890" y="150" as="sourcePoint" />
            <mxPoint x="1639.35" y="150" as="targetPoint" />
          </mxGeometry>
        </mxCell>
        <mxCell id="0vSBfI8_46AL9H7hPHAw-25" edge="1" parent="1" style="endArrow=none;html=1;rounded=0;strokeWidth=3;fillColor=#fad7ac;strokeColor=#b46504;shadow=1;" value="">
          <mxGeometry height="50" relative="1" width="50" as="geometry">
            <mxPoint x="1639.35" y="480" as="sourcePoint" />
            <mxPoint x="1639.35" y="150" as="targetPoint" />
          </mxGeometry>
        </mxCell>
        <mxCell id="0vSBfI8_46AL9H7hPHAw-26" edge="1" parent="1" style="endArrow=none;html=1;rounded=0;strokeWidth=3;fillColor=#fad7ac;strokeColor=#b46504;shadow=1;" value="">
          <mxGeometry height="50" relative="1" width="50" as="geometry">
            <mxPoint x="889.35" y="480" as="sourcePoint" />
            <mxPoint x="1639.35" y="480" as="targetPoint" />
          </mxGeometry>
        </mxCell>
        <mxCell id="0vSBfI8_46AL9H7hPHAw-27" parent="1" style="text;html=1;whiteSpace=wrap;strokeColor=none;fillColor=none;align=center;verticalAlign=middle;rounded=0;rotation=270;" value="&lt;font style=&quot;font-size: 28px; color: rgb(180, 101, 4);&quot;&gt;&lt;b&gt;SURFACE&lt;/b&gt;&lt;/font&gt;" vertex="1">
          <mxGeometry height="30" width="140" x="809.35" y="390" as="geometry" />
        </mxCell>
        <mxCell id="0vSBfI8_46AL9H7hPHAw-37" parent="1" style="rounded=0;whiteSpace=wrap;html=1;fillColor=#b1ddf0;strokeColor=#10739e;" value="Camera" vertex="1">
          <mxGeometry height="30" width="80" x="1165" y="620" as="geometry" />
        </mxCell>
      </root>
    </mxGraphModel>
  </diagram>
</mxfile>
